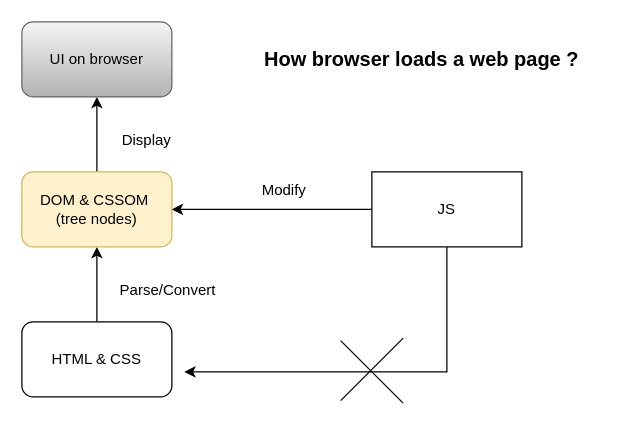
The draw.io diagram page "Load A Web Page" (1 of 10) of JS Client Server.drawio in phyowaihtoon/JavaScriptCourse-Batch1, before the edit. Source tidied: cells renumbered, new cells numbered last; positions are measured from the earlier drawing's top-left corner, leaving out a move shared by most shapes. Both pictures are drawn from the tidied source at 125%, with x=0, y=0 at pixel (21, 21).
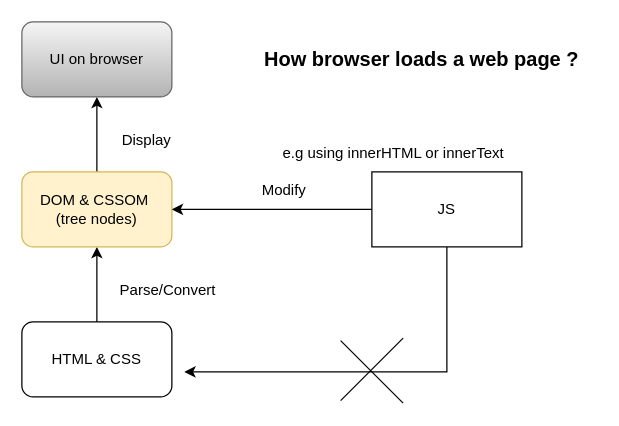
The same page after the edit.

Change to the diagram source:
```diff
@@
+    <mxCell id="16" value="e.g using innerHTML or innerText" style="text;html=1;whiteSpace=wrap;strokeColor=none;fillColor=none;align=center;verticalAlign=middle;rounded=0;" parent="1" vertex="1">
+      <mxGeometry x="193" y="90" width="209" height="30" as="geometry" />
+    </mxCell>
```
